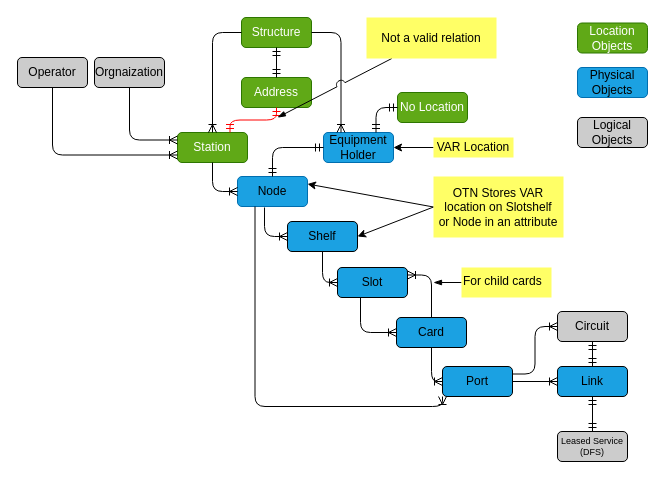
dearishtaq/hello-world-old keeps this draw.io diagram as page "OSS" (2 of 6) of Untitled Diagram.drawio. Above is the earlier version. Source tidied: cells renumbered, new cells numbered last; positions are measured from the earlier drawing's top-left corner, leaving out a move shared by most shapes. Both pictures are drawn from the tidied source at 100%, with x=0, y=0 at pixel (17, 17).
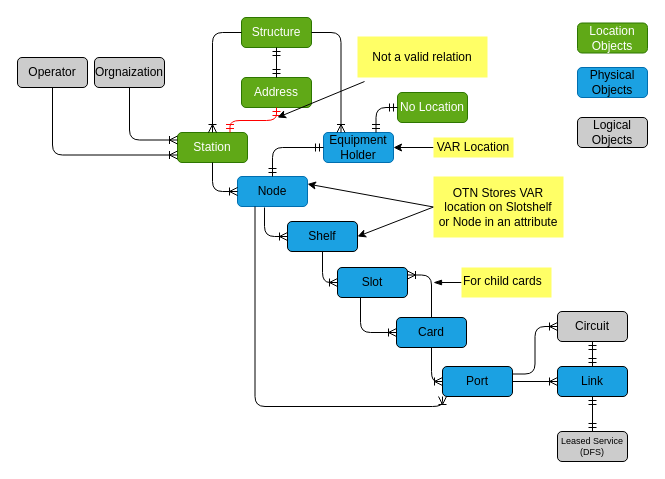
Above is the later version.

Unchanged cells that the change refers to:
```xml
<mxCell id="2" value="Station" style="rounded=1;whiteSpace=wrap;html=1;fillColor=#60a917;strokeColor=#2D7600;fontColor=#ffffff;" parent="1" vertex="1">
  <mxGeometry x="160" y="115" width="70" height="30" as="geometry" />
</mxCell>
<mxCell id="31" value="Address" style="rounded=1;whiteSpace=wrap;html=1;fontColor=#ffffff;strokeColor=#2D7600;fillColor=#60a917;" parent="1" vertex="1">
  <mxGeometry x="224" y="60" width="70" height="30" as="geometry" />
</mxCell>
```

Change to the diagram source:
```diff
@@
     <mxCell id="35" style="edgeStyle=orthogonalEdgeStyle;fontSize=12;html=1;endArrow=ERmandOne;startArrow=ERmandOne;shadow=0;entryX=0.5;entryY=1;entryDx=0;entryDy=0;exitX=0.75;exitY=0;exitDx=0;exitDy=0;fontColor=#FF0000;strokeColor=#FF0000;" parent="1" edge="1" source="2" target="31">
-      <mxGeometry relative="1" as="geometry" />
+      <mxGeometry relative="1" as="geometry">
+        <Array as="points">
+          <mxPoint x="213" y="103" />
+          <mxPoint x="259" y="103" />
+        </Array>
+      </mxGeometry>
     </mxCell>
@@
-    <mxCell id="44" style="edgeStyle=none;rounded=0;sketch=0;jumpStyle=arc;jumpSize=9;jettySize=auto;html=1;shadow=0;startArrow=none;startFill=0;strokeWidth=1;fillColor=#000000;fontColor=#FF0000;startSize=3;endArrow=blockThin;endFill=1;" parent="1" edge="1" source="45">
-      <mxGeometry relative="1" as="geometry">
-        <mxPoint x="260" y="100" as="targetPoint" />
-      </mxGeometry>
-    </mxCell>
     <mxCell id="45" value="Not a valid relation" style="text;html=1;strokeColor=none;align=center;verticalAlign=middle;whiteSpace=wrap;overflow=hidden;fillColor=#FFFF66;" parent="1" vertex="1">
-      <mxGeometry x="349" width="130" height="41" as="geometry" />
+      <mxGeometry x="340" y="19" width="130" height="41" as="geometry" />
     </mxCell>
@@
+    <mxCell id="49" style="endArrow=classic;html=1;exitX=0.054;exitY=1.098;exitDx=0;exitDy=0;exitPerimeter=0;" parent="1" edge="1" source="45">
+      <mxGeometry relative="1" as="geometry">
+        <mxPoint x="260" y="100" as="targetPoint" />
+      </mxGeometry>
+    </mxCell>
```
